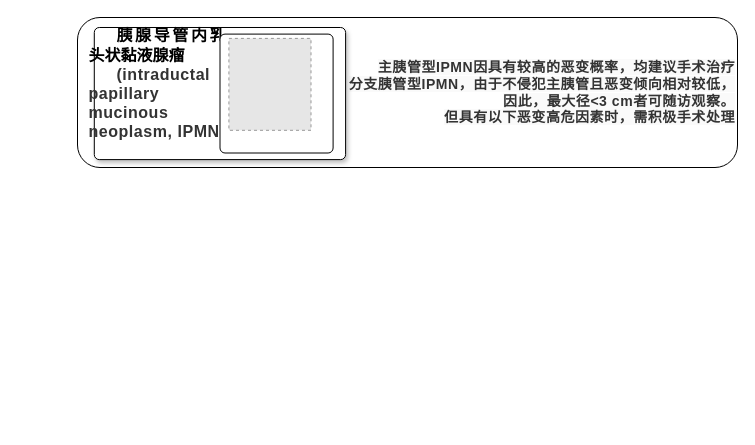
Above: basic of IPMN.drawio in Ericshiqing/Eric (draw.io), before the change. Source tidied: cells renumbered, new cells numbered last; positions are measured from the earlier drawing's top-left corner, leaving out a move shared by most shapes. Both pictures are drawn from the tidied source at 100%, with x=0, y=0 at pixel (77, 17). Pictures stored in the file or linked from it are replaced by grey dashed boxes.
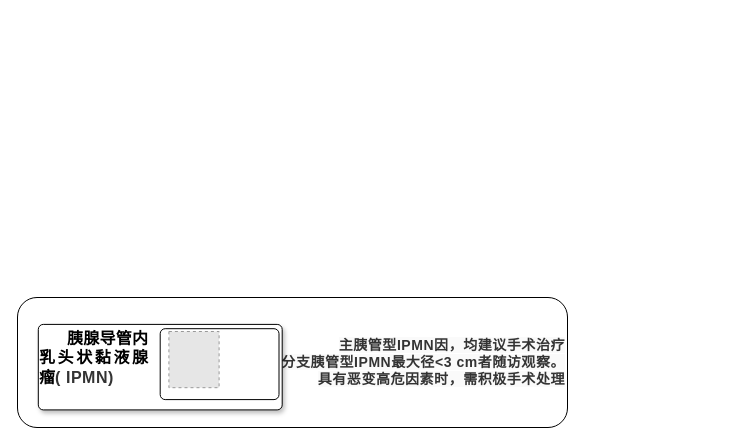
After the change.

The edit, as a diff of the source:
```diff
@@
 <mxGraphModel>
   <root>
     <mxCell id="0" />
     <mxCell id="1" parent="0" />
-    <mxCell id="2" style="group;" parent="1" vertex="1">
-      <mxGeometry width="660" height="150" as="geometry" />
-    </mxCell>
-    <mxCell id="3" value="&lt;b&gt;&lt;span style=&quot;color: rgb(51 , 51 , 51) ; font-family: , &amp;#34;arial&amp;#34; , &amp;#34;helvetica&amp;#34; , &amp;#34;sans_serif&amp;#34; ; font-size: 14px ; letter-spacing: 0.544px ; text-indent: 32px ; background-color: rgb(250 , 250 , 250)&quot;&gt;主胰管型&lt;/span&gt;&lt;span style=&quot;margin: 0px ; padding: 0px ; max-width: 100% ; color: rgb(51 , 51 , 51) ; font-family: , &amp;#34;arial&amp;#34; , &amp;#34;helvetica&amp;#34; , &amp;#34;sans_serif&amp;#34; ; font-size: 14px ; letter-spacing: 0.544px ; text-indent: 32px ; background-color: rgb(250 , 250 , 250) ; box-sizing: border-box ; overflow-wrap: break-word&quot;&gt;IPMN&lt;/span&gt;&lt;span style=&quot;color: rgb(51 , 51 , 51) ; font-family: , &amp;#34;arial&amp;#34; , &amp;#34;helvetica&amp;#34; , &amp;#34;sans_serif&amp;#34; ; font-size: 14px ; letter-spacing: 0.544px ; text-indent: 32px ; background-color: rgb(250 , 250 , 250)&quot;&gt;因具有较高的恶变概率，均建议手术治疗&lt;br&gt;&lt;/span&gt;&lt;span style=&quot;color: rgb(51 , 51 , 51) ; font-family: , &amp;#34;arial&amp;#34; , &amp;#34;helvetica&amp;#34; , &amp;#34;sans_serif&amp;#34; ; font-size: 14px ; letter-spacing: 0.544px ; text-align: justify ; text-indent: 32px ; background-color: rgb(250 , 250 , 250)&quot;&gt;分支胰管型&lt;/span&gt;&lt;span style=&quot;margin: 0px ; padding: 0px ; max-width: 100% ; color: rgb(51 , 51 , 51) ; font-family: , &amp;#34;arial&amp;#34; , &amp;#34;helvetica&amp;#34; , &amp;#34;sans_serif&amp;#34; ; font-size: 14px ; letter-spacing: 0.544px ; text-align: justify ; text-indent: 32px ; background-color: rgb(250 , 250 , 250) ; box-sizing: border-box ; overflow-wrap: break-word&quot;&gt;IPMN&lt;/span&gt;&lt;span style=&quot;color: rgb(51 , 51 , 51) ; font-family: , &amp;#34;arial&amp;#34; , &amp;#34;helvetica&amp;#34; , &amp;#34;sans_serif&amp;#34; ; font-size: 14px ; letter-spacing: 0.544px ; text-align: justify ; text-indent: 32px ; background-color: rgb(250 , 250 , 250)&quot;&gt;，由于不侵犯主胰管且恶变倾向相对较低，&lt;br&gt;因此，最大径&lt;/span&gt;&lt;span style=&quot;margin: 0px ; padding: 0px ; max-width: 100% ; color: rgb(51 , 51 , 51) ; font-family: , &amp;#34;arial&amp;#34; , &amp;#34;helvetica&amp;#34; , &amp;#34;sans_serif&amp;#34; ; font-size: 14px ; letter-spacing: 0.544px ; text-align: justify ; text-indent: 32px ; background-color: rgb(250 , 250 , 250) ; box-sizing: border-box ; overflow-wrap: break-word&quot;&gt;&amp;lt;3 cm&lt;/span&gt;&lt;span style=&quot;color: rgb(51 , 51 , 51) ; font-family: , &amp;#34;arial&amp;#34; , &amp;#34;helvetica&amp;#34; , &amp;#34;sans_serif&amp;#34; ; font-size: 14px ; letter-spacing: 0.544px ; text-align: justify ; text-indent: 32px ; background-color: rgb(250 , 250 , 250)&quot;&gt;者可随访观察。&lt;br&gt;但具有以下恶变高危因素时，需积极手术处理&lt;/span&gt;&lt;span style=&quot;color: rgb(51 , 51 , 51) ; font-family: , &amp;#34;arial&amp;#34; , &amp;#34;helvetica&amp;#34; , &amp;#34;sans_serif&amp;#34; ; font-size: 14px ; letter-spacing: 0.544px ; text-indent: 32px ; background-color: rgb(250 , 250 , 250)&quot;&gt;&lt;br&gt;&lt;/span&gt;&lt;/b&gt;" style="rounded=1;whiteSpace=wrap;html=1;align=right;" parent="2" vertex="1">
-      <mxGeometry width="660" height="150" as="geometry" />
-    </mxCell>
-    <mxCell id="4" style="rounded=1;absoluteArcSize=1;html=1;arcSize=10;shadow=1;" parent="2" vertex="1">
-      <mxGeometry x="16.8" y="10" width="251.3" height="132.1" as="geometry" />
-    </mxCell>
-    <mxCell id="5" value="&lt;div style=&quot;text-align: justify ; text-indent: 28px ; font-size: 16px&quot;&gt;&lt;font style=&quot;font-size: 16px&quot;&gt;&lt;b&gt;胰腺导管内乳头状黏液腺瘤&lt;/b&gt;&lt;/font&gt;&lt;/div&gt;&lt;div style=&quot;text-align: left ; text-indent: 28px ; font-size: 16px&quot;&gt;&lt;b style=&quot;letter-spacing: 0.544px ; color: rgb(51 , 51 , 51)&quot;&gt;(intraductal papillary mucinous neoplasm,&amp;nbsp;&lt;/b&gt;&lt;b style=&quot;letter-spacing: 0.544px ; color: rgb(51 , 51 , 51)&quot;&gt;IPMN)&lt;/b&gt;&lt;/div&gt;&lt;div style=&quot;text-align: left ; text-indent: 28px ; font-size: 16px&quot;&gt;&lt;br&gt;&lt;/div&gt;" style="html=1;shape=mxgraph.er.anchor;whiteSpace=wrap;" parent="4" vertex="1">
-      <mxGeometry width="125.7" height="132.1" as="geometry" />
-    </mxCell>
-    <mxCell id="6" style="rounded=1;absoluteArcSize=1;html=1;arcSize=10;whiteSpace=wrap;strokeColor=inherit;fillColor=inherit;" parent="4" vertex="1">
-      <mxGeometry x="125.7" y="6.6" width="113.1" height="118.9" as="geometry" />
-    </mxCell>
-    <mxCell id="7" style="fillColor=#E6E6E6;strokeColor=#999999;dashed=1;verticalLabelPosition=bottom;labelBackgroundColor=#ffffff;verticalAlign=top;" parent="4" vertex="1">
-      <mxGeometry x="134.6" y="10.9" width="82.1" height="91.9" as="geometry" />
-    </mxCell>
+    <mxCell id="8" style="group;" parent="1" vertex="1">
+      <mxGeometry x="-60" y="280" width="550" height="130" as="geometry" />
+    </mxCell>
+    <mxCell id="9" value="&lt;b&gt;&lt;span style=&quot;color: rgb(51 , 51 , 51) ; font-family: , &amp;#34;arial&amp;#34; , &amp;#34;helvetica&amp;#34; , &amp;#34;sans_serif&amp;#34; ; font-size: 14px ; letter-spacing: 0.544px ; text-indent: 32px ; background-color: rgb(250 , 250 , 250)&quot;&gt;主胰管型&lt;/span&gt;&lt;span style=&quot;margin: 0px ; padding: 0px ; max-width: 100% ; color: rgb(51 , 51 , 51) ; font-family: , &amp;#34;arial&amp;#34; , &amp;#34;helvetica&amp;#34; , &amp;#34;sans_serif&amp;#34; ; font-size: 14px ; letter-spacing: 0.544px ; text-indent: 32px ; background-color: rgb(250 , 250 , 250) ; box-sizing: border-box ; overflow-wrap: break-word&quot;&gt;IPMN&lt;/span&gt;&lt;span style=&quot;color: rgb(51 , 51 , 51) ; font-family: , &amp;#34;arial&amp;#34; , &amp;#34;helvetica&amp;#34; , &amp;#34;sans_serif&amp;#34; ; font-size: 14px ; letter-spacing: 0.544px ; text-indent: 32px ; background-color: rgb(250 , 250 , 250)&quot;&gt;因，均建议手术治疗&lt;br&gt;&lt;/span&gt;&lt;span style=&quot;color: rgb(51 , 51 , 51) ; font-family: , &amp;#34;arial&amp;#34; , &amp;#34;helvetica&amp;#34; , &amp;#34;sans_serif&amp;#34; ; font-size: 14px ; letter-spacing: 0.544px ; text-align: justify ; text-indent: 32px ; background-color: rgb(250 , 250 , 250)&quot;&gt;分支胰管型&lt;/span&gt;&lt;span style=&quot;margin: 0px ; padding: 0px ; max-width: 100% ; color: rgb(51 , 51 , 51) ; font-family: , &amp;#34;arial&amp;#34; , &amp;#34;helvetica&amp;#34; , &amp;#34;sans_serif&amp;#34; ; font-size: 14px ; letter-spacing: 0.544px ; text-align: justify ; text-indent: 32px ; background-color: rgb(250 , 250 , 250) ; box-sizing: border-box ; overflow-wrap: break-word&quot;&gt;IPMN&lt;/span&gt;&lt;span style=&quot;color: rgb(51 , 51 , 51) ; font-family: , &amp;#34;arial&amp;#34; , &amp;#34;helvetica&amp;#34; , &amp;#34;sans_serif&amp;#34; ; font-size: 14px ; letter-spacing: 0.544px ; text-align: justify ; text-indent: 32px ; background-color: rgb(250 , 250 , 250)&quot;&gt;最大径&lt;/span&gt;&lt;span style=&quot;margin: 0px ; padding: 0px ; max-width: 100% ; color: rgb(51 , 51 , 51) ; font-family: , &amp;#34;arial&amp;#34; , &amp;#34;helvetica&amp;#34; , &amp;#34;sans_serif&amp;#34; ; font-size: 14px ; letter-spacing: 0.544px ; text-align: justify ; text-indent: 32px ; background-color: rgb(250 , 250 , 250) ; box-sizing: border-box ; overflow-wrap: break-word&quot;&gt;&amp;lt;3 cm&lt;/span&gt;&lt;span style=&quot;color: rgb(51 , 51 , 51) ; font-family: , &amp;#34;arial&amp;#34; , &amp;#34;helvetica&amp;#34; , &amp;#34;sans_serif&amp;#34; ; font-size: 14px ; letter-spacing: 0.544px ; text-align: justify ; text-indent: 32px ; background-color: rgb(250 , 250 , 250)&quot;&gt;者随访观察。&lt;br&gt;具有恶变高危因素时，需积极手术处理&lt;/span&gt;&lt;span style=&quot;color: rgb(51 , 51 , 51) ; font-family: , &amp;#34;arial&amp;#34; , &amp;#34;helvetica&amp;#34; , &amp;#34;sans_serif&amp;#34; ; font-size: 14px ; letter-spacing: 0.544px ; text-indent: 32px ; background-color: rgb(250 , 250 , 250)&quot;&gt;&lt;br&gt;&lt;/span&gt;&lt;/b&gt;" style="rounded=1;whiteSpace=wrap;html=1;align=right;" parent="8" vertex="1">
+      <mxGeometry width="550" height="130" as="geometry" />
+    </mxCell>
+    <mxCell id="10" style="rounded=1;absoluteArcSize=1;html=1;arcSize=10;shadow=1;" parent="8" vertex="1">
+      <mxGeometry x="20.8" y="26.9" width="243.9" height="85.5" as="geometry" />
+    </mxCell>
+    <mxCell id="11" value="&lt;div style=&quot;text-align: justify ; text-indent: 28px ; font-size: 16px&quot;&gt;&lt;font style=&quot;font-size: 16px&quot;&gt;&lt;b&gt;胰腺导管内乳头状黏液腺瘤&lt;/b&gt;&lt;/font&gt;&lt;b style=&quot;text-align: left ; letter-spacing: 0.544px ; color: rgb(51 , 51 , 51)&quot;&gt;(&amp;nbsp;&lt;/b&gt;&lt;b style=&quot;text-align: left ; letter-spacing: 0.544px ; color: rgb(51 , 51 , 51)&quot;&gt;IPMN)&lt;/b&gt;&lt;/div&gt;&lt;div style=&quot;text-align: left ; text-indent: 28px ; font-size: 16px&quot;&gt;&lt;br&gt;&lt;/div&gt;" style="html=1;shape=mxgraph.er.anchor;whiteSpace=wrap;" parent="10" vertex="1">
+      <mxGeometry width="111.1" height="85.5" as="geometry" />
+    </mxCell>
+    <mxCell id="12" style="rounded=1;absoluteArcSize=1;html=1;arcSize=10;whiteSpace=wrap;strokeColor=inherit;fillColor=inherit;" parent="10" vertex="1">
+      <mxGeometry x="121.9" y="4.3" width="118.8" height="70.9" as="geometry" />
+    </mxCell>
+    <mxCell id="13" style="fillColor=#E6E6E6;strokeColor=#999999;dashed=1;verticalLabelPosition=bottom;labelBackgroundColor=#ffffff;verticalAlign=top;" parent="10" vertex="1">
+      <mxGeometry x="130.6" y="7.1" width="50.2" height="56.2" as="geometry" />
+    </mxCell>
   </root>
 </mxGraphModel>
```
